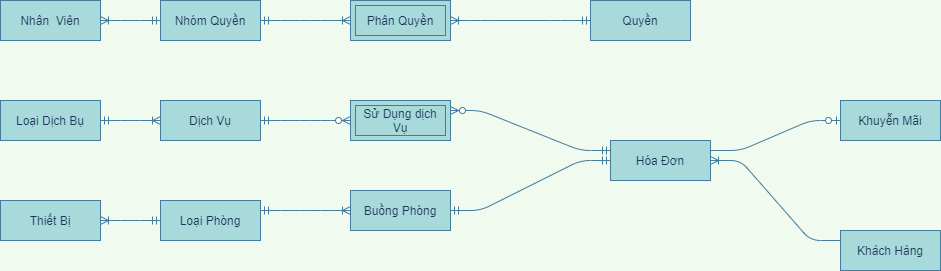
This is EntityRelationship-QLKS.png from maialino123/QLKS, a draw.io export, as it was before one commit. Source tidied: cells renumbered, new cells last; positions are measured from the earlier drawing's top-left corner, leaving out a move shared by most shapes.
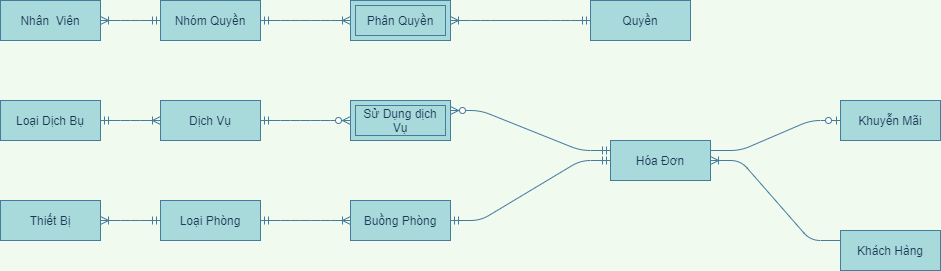
After the commit.

Diff of the diagram source:
```diff
@@ -2,7 +2,7 @@
   <root>
     <mxCell id="0" />
     <mxCell id="1" parent="0" />
-    <mxCell id="2" style="edgeStyle=entityRelationEdgeStyle;fontSize=12;html=1;endArrow=ERoneToMany;startArrow=ERmandOne;strokeColor=#457B9D;fillColor=#A8DADC;fontColor=#1D3557;labelBackgroundColor=#F1FAEE;exitX=1;exitY=0.25;exitDx=0;exitDy=0;entryX=0;entryY=0.5;entryDx=0;entryDy=0;" parent="1" edge="1" source="21" target="22">
+    <mxCell id="2" style="edgeStyle=entityRelationEdgeStyle;fontSize=12;html=1;endArrow=ERoneToMany;startArrow=ERmandOne;strokeColor=#457B9D;fillColor=#A8DADC;fontColor=#1D3557;labelBackgroundColor=#F1FAEE;exitX=1;exitY=0.5;exitDx=0;exitDy=0;entryX=0;entryY=0.5;entryDx=0;entryDy=0;" parent="1" edge="1" source="21" target="22">
       <mxGeometry relative="1" as="geometry" />
     </mxCell>
     <mxCell id="3" style="edgeStyle=entityRelationEdgeStyle;fontSize=12;html=1;endArrow=ERoneToMany;strokeColor=#457B9D;fillColor=#A8DADC;fontColor=#1D3557;exitX=0;exitY=0.25;exitDx=0;exitDy=0;entryX=1;entryY=0.5;entryDx=0;entryDy=0;labelBackgroundColor=#F1FAEE;" parent="1" edge="1" source="23" target="24">
@@ -63,7 +63,7 @@
       <mxGeometry x="160" y="200" width="100" height="40" as="geometry" />
     </mxCell>
     <mxCell id="22" value="Buồng Phòng" style="whiteSpace=wrap;html=1;align=center;rounded=0;sketch=0;strokeColor=#457B9D;fillColor=#A8DADC;fontColor=#1D3557;" parent="1" vertex="1">
-      <mxGeometry x="350" y="190" width="100" height="40" as="geometry" />
+      <mxGeometry x="350" y="200" width="100" height="40" as="geometry" />
     </mxCell>
     <mxCell id="23" value="Khách Hàng" style="whiteSpace=wrap;html=1;align=center;rounded=0;sketch=0;strokeColor=#457B9D;fillColor=#A8DADC;fontColor=#1D3557;" parent="1" vertex="1">
       <mxGeometry x="840" y="230" width="100" height="40" as="geometry" />
```
